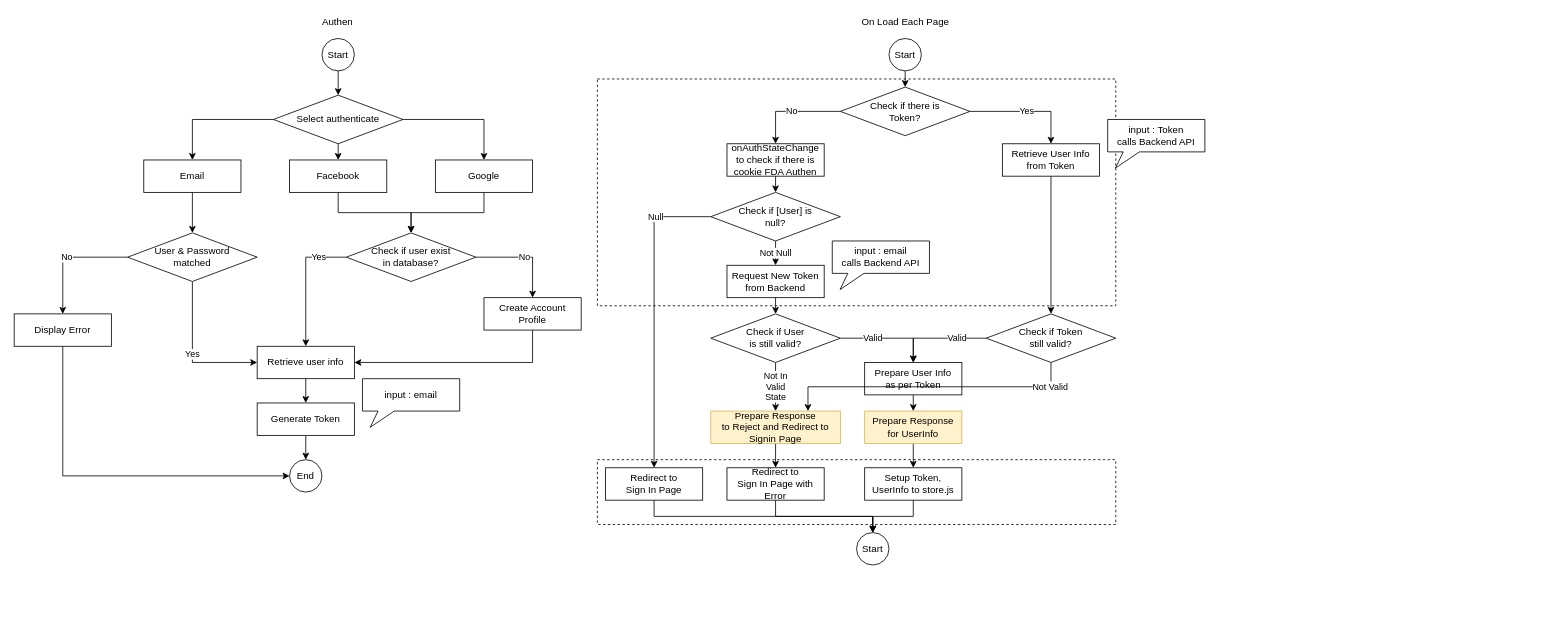
This is page "Flow" (5 of 5) of Untitled Diagram.drawio from clazclaz/demo_git, a draw.io file, before an edit. Source tidied: cells renumbered, new cells numbered last; positions are measured from the earlier drawing's top-left corner, leaving out a move shared by most shapes. Both pictures are drawn from the tidied source at 81%, with x=0, y=0 at pixel (14, 14).
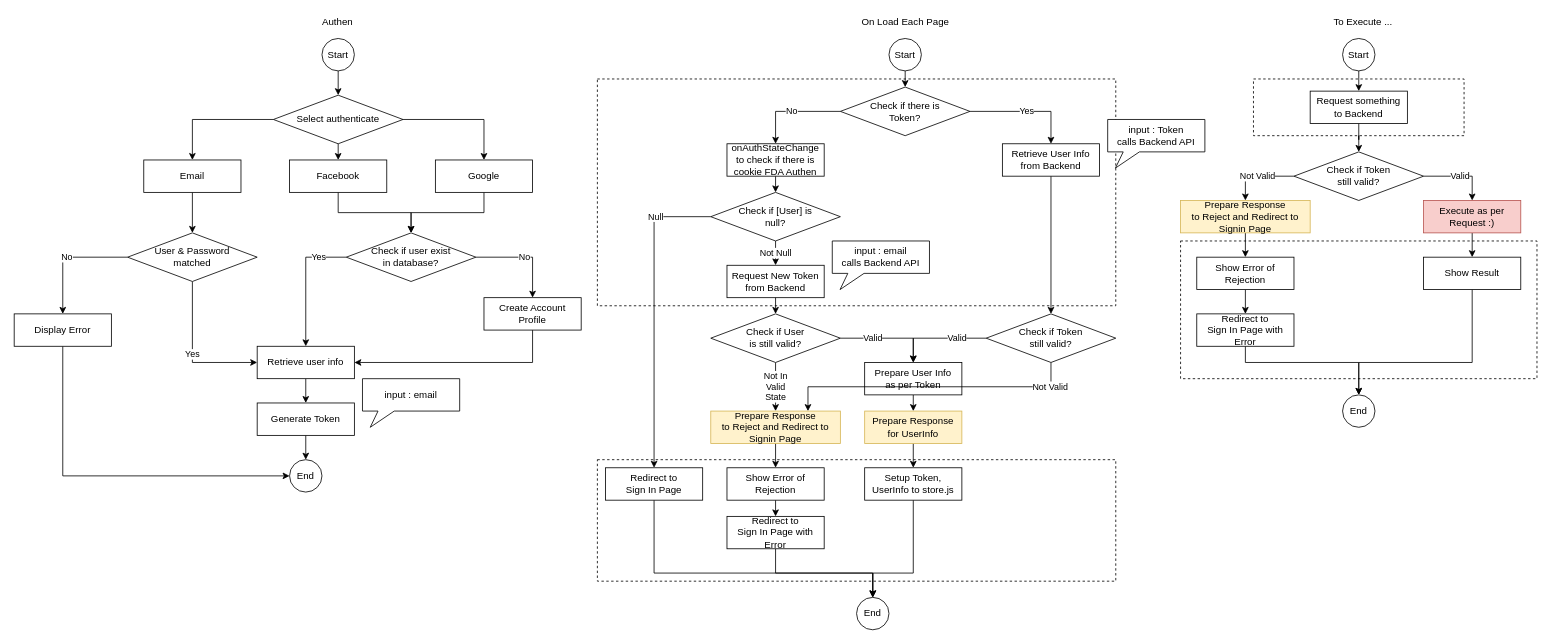
The same diagram, later.

The change refers to these unchanged cells:
```xml
<mxCell id="53" value="Redirect to&lt;br&gt;Sign In Page" style="rounded=0;whiteSpace=wrap;html=1;" parent="1" vertex="1">
  <mxGeometry x="730" y="560" width="120" height="40" as="geometry" />
</mxCell>
<mxCell id="63" value="Setup Token, UserInfo to store.js" style="rounded=0;whiteSpace=wrap;html=1;" parent="1" vertex="1">
  <mxGeometry x="1050" y="560" width="120" height="40" as="geometry" />
</mxCell>
```

Diff of the diagram source:
```diff
@@
+    <mxCell id="69" style="rounded=0;whiteSpace=wrap;html=1;dashed=1;" parent="1" vertex="1">
+      <mxGeometry x="1440" y="280" width="440" height="170" as="geometry" />
+    </mxCell>
+    <mxCell id="70" style="rounded=0;whiteSpace=wrap;html=1;dashed=1;" parent="1" vertex="1">
+      <mxGeometry x="1530" y="80" width="260" height="70" as="geometry" />
+    </mxCell>
@@
     <mxCell id="3" style="rounded=0;whiteSpace=wrap;html=1;dashed=1;" parent="1" vertex="1">
-      <mxGeometry x="720" y="550" width="640" height="80" as="geometry" />
+      <mxGeometry x="720" y="550" width="640" height="150" as="geometry" />
     </mxCell>
@@
-    <mxCell id="47" value="Retrieve User Info&lt;br&gt;from Token" style="rounded=0;whiteSpace=wrap;html=1;" parent="1" vertex="1">
+    <mxCell id="47" value="Retrieve User Info&lt;br&gt;from Backend" style="rounded=0;whiteSpace=wrap;html=1;" parent="1" vertex="1">
       <mxGeometry x="1220" y="160" width="120" height="40" as="geometry" />
     </mxCell>
@@
-    <mxCell id="49" value="Start" style="ellipse;whiteSpace=wrap;html=1;" parent="1" vertex="1">
-      <mxGeometry x="1040" y="640" width="40" height="40" as="geometry" />
+    <mxCell id="49" value="End" style="ellipse;whiteSpace=wrap;html=1;" parent="1" vertex="1">
+      <mxGeometry x="1040" y="720" width="40" height="40" as="geometry" />
     </mxCell>
@@
     <mxCell id="52" style="edgeStyle=orthogonalEdgeStyle;rounded=0;jettySize=auto;html=1;exitX=0.5;exitY=1;exitDx=0;exitDy=0;entryX=0.5;entryY=0;entryDx=0;entryDy=0;" parent="1" edge="1" source="53" target="49">
-      <mxGeometry relative="1" as="geometry" />
+      <mxGeometry relative="1" as="geometry">
+        <Array as="points">
+          <mxPoint x="790" y="690" />
+          <mxPoint x="1060" y="690" />
+        </Array>
+      </mxGeometry>
     </mxCell>
@@
     <mxCell id="62" style="edgeStyle=orthogonalEdgeStyle;rounded=0;jettySize=auto;html=1;exitX=0.5;exitY=1;exitDx=0;exitDy=0;entryX=0.5;entryY=0;entryDx=0;entryDy=0;" parent="1" edge="1" source="63" target="49">
       <mxGeometry relative="1" as="geometry">
         <Array as="points">
-          <mxPoint x="1110" y="620" />
-          <mxPoint x="1060" y="620" />
+          <mxPoint x="1110" y="690" />
+          <mxPoint x="1060" y="690" />
         </Array>
       </mxGeometry>
     </mxCell>
@@
-    <mxCell id="64" style="edgeStyle=orthogonalEdgeStyle;rounded=0;jettySize=auto;html=1;exitX=0.5;exitY=1;exitDx=0;exitDy=0;entryX=0.5;entryY=0;entryDx=0;entryDy=0;" parent="1" edge="1" source="65" target="49">
+    <mxCell id="64" style="edgeStyle=orthogonalEdgeStyle;rounded=0;jettySize=auto;html=1;exitX=0.5;exitY=1;exitDx=0;exitDy=0;entryX=0.5;entryY=0;entryDx=0;entryDy=0;" parent="1" edge="1" source="65" target="82">
       <mxGeometry relative="1" as="geometry" />
     </mxCell>
-    <mxCell id="65" value="Redirect to&lt;br&gt;Sign In Page with Error" style="rounded=0;whiteSpace=wrap;html=1;" parent="1" vertex="1">
+    <mxCell id="65" value="Show Error of Rejection" style="rounded=0;whiteSpace=wrap;html=1;" parent="1" vertex="1">
       <mxGeometry x="880" y="560" width="120" height="40" as="geometry" />
     </mxCell>
@@
+    <mxCell id="71" style="edgeStyle=orthogonalEdgeStyle;rounded=0;jettySize=auto;html=1;exitX=0.5;exitY=1;exitDx=0;exitDy=0;entryX=0.5;entryY=0;entryDx=0;entryDy=0;" parent="1" edge="1" source="72" target="75">
+      <mxGeometry relative="1" as="geometry" />
+    </mxCell>
+    <mxCell id="72" value="Start" style="ellipse;whiteSpace=wrap;html=1;" parent="1" vertex="1">
+      <mxGeometry x="1640" y="30" width="40" height="40" as="geometry" />
+    </mxCell>
+    <mxCell id="73" value="To Execute ..." style="text;html=1;align=center;verticalAlign=middle;strokeColor=none;" parent="1" vertex="1">
+      <mxGeometry x="1620" width="90" height="20" as="geometry" />
+    </mxCell>
+    <mxCell id="74" style="edgeStyle=orthogonalEdgeStyle;rounded=0;jettySize=auto;html=1;exitX=0.5;exitY=1;exitDx=0;exitDy=0;" parent="1" edge="1" source="75" target="78">
+      <mxGeometry relative="1" as="geometry" />
+    </mxCell>
+    <mxCell id="75" value="Request something&lt;br&gt;to Backend" style="rounded=0;whiteSpace=wrap;html=1;" parent="1" vertex="1">
+      <mxGeometry x="1600" y="95" width="120" height="40" as="geometry" />
+    </mxCell>
+    <mxCell id="76" value="Not Valid" style="edgeStyle=orthogonalEdgeStyle;rounded=0;jettySize=auto;html=1;exitX=0;exitY=0.5;exitDx=0;exitDy=0;entryX=0.5;entryY=0;entryDx=0;entryDy=0;" parent="1" edge="1" source="78" target="80">
+      <mxGeometry relative="1" as="geometry" />
+    </mxCell>
+    <mxCell id="77" value="Valid" style="edgeStyle=orthogonalEdgeStyle;rounded=0;jettySize=auto;html=1;exitX=1;exitY=0.5;exitDx=0;exitDy=0;" parent="1" edge="1" source="78" target="89">
+      <mxGeometry relative="1" as="geometry" />
+    </mxCell>
+    <mxCell id="78" value="Check if Token&lt;br&gt;still valid?" style="rhombus;whiteSpace=wrap;html=1;" parent="1" vertex="1">
+      <mxGeometry x="1580" y="170" width="160" height="60" as="geometry" />
+    </mxCell>
+    <mxCell id="79" style="edgeStyle=orthogonalEdgeStyle;rounded=0;jettySize=auto;html=1;exitX=0.5;exitY=1;exitDx=0;exitDy=0;entryX=0.5;entryY=0;entryDx=0;entryDy=0;" parent="1" edge="1" source="80" target="84">
+      <mxGeometry relative="1" as="geometry" />
+    </mxCell>
+    <mxCell id="80" value="Prepare Response&lt;br&gt;to Reject and Redirect to Signin Page" style="rounded=0;whiteSpace=wrap;html=1;fillColor=#fff2cc;strokeColor=#d6b656;" parent="1" vertex="1">
+      <mxGeometry x="1440" y="230" width="160" height="40" as="geometry" />
+    </mxCell>
+    <mxCell id="81" style="edgeStyle=orthogonalEdgeStyle;rounded=0;jettySize=auto;html=1;exitX=0.5;exitY=1;exitDx=0;exitDy=0;entryX=0.5;entryY=0;entryDx=0;entryDy=0;" parent="1" edge="1" source="82" target="49">
+      <mxGeometry relative="1" as="geometry" />
+    </mxCell>
+    <mxCell id="82" value="Redirect to&lt;br&gt;Sign In Page with Error" style="rounded=0;whiteSpace=wrap;html=1;" parent="1" vertex="1">
+      <mxGeometry x="880" y="620" width="120" height="40" as="geometry" />
+    </mxCell>
+    <mxCell id="83" style="edgeStyle=orthogonalEdgeStyle;rounded=0;jettySize=auto;html=1;exitX=0.5;exitY=1;exitDx=0;exitDy=0;entryX=0.5;entryY=0;entryDx=0;entryDy=0;" parent="1" edge="1" source="84" target="86">
+      <mxGeometry relative="1" as="geometry" />
+    </mxCell>
+    <mxCell id="84" value="Show Error of Rejection" style="rounded=0;whiteSpace=wrap;html=1;" parent="1" vertex="1">
+      <mxGeometry x="1460" y="300" width="120" height="40" as="geometry" />
+    </mxCell>
+    <mxCell id="85" style="edgeStyle=orthogonalEdgeStyle;rounded=0;jettySize=auto;html=1;exitX=0.5;exitY=1;exitDx=0;exitDy=0;entryX=0.5;entryY=0;entryDx=0;entryDy=0;" parent="1" edge="1" source="86" target="87">
+      <mxGeometry relative="1" as="geometry">
+        <Array as="points">
+          <mxPoint x="1520" y="430" />
+          <mxPoint x="1660" y="430" />
+        </Array>
+      </mxGeometry>
+    </mxCell>
+    <mxCell id="86" value="Redirect to&lt;br&gt;Sign In Page with Error" style="rounded=0;whiteSpace=wrap;html=1;" parent="1" vertex="1">
+      <mxGeometry x="1460" y="370" width="120" height="40" as="geometry" />
+    </mxCell>
+    <mxCell id="87" value="End" style="ellipse;whiteSpace=wrap;html=1;" parent="1" vertex="1">
+      <mxGeometry x="1640" y="470" width="40" height="40" as="geometry" />
+    </mxCell>
+    <mxCell id="88" style="edgeStyle=orthogonalEdgeStyle;rounded=0;jettySize=auto;html=1;exitX=0.5;exitY=1;exitDx=0;exitDy=0;entryX=0.5;entryY=0;entryDx=0;entryDy=0;" parent="1" edge="1" source="89" target="91">
+      <mxGeometry relative="1" as="geometry" />
+    </mxCell>
+    <mxCell id="89" value="Execute as per&lt;br&gt;Request :)" style="rounded=0;whiteSpace=wrap;html=1;fillColor=#f8cecc;strokeColor=#b85450;" parent="1" vertex="1">
+      <mxGeometry x="1740" y="230" width="120" height="40" as="geometry" />
+    </mxCell>
+    <mxCell id="90" style="edgeStyle=orthogonalEdgeStyle;rounded=0;jettySize=auto;html=1;exitX=0.5;exitY=1;exitDx=0;exitDy=0;entryX=0.5;entryY=0;entryDx=0;entryDy=0;" parent="1" edge="1" source="91" target="87">
+      <mxGeometry relative="1" as="geometry">
+        <Array as="points">
+          <mxPoint x="1800" y="430" />
+          <mxPoint x="1660" y="430" />
+        </Array>
+      </mxGeometry>
+    </mxCell>
+    <mxCell id="91" value="Show Result" style="rounded=0;whiteSpace=wrap;html=1;" parent="1" vertex="1">
+      <mxGeometry x="1740" y="300" width="120" height="40" as="geometry" />
+    </mxCell>
```
